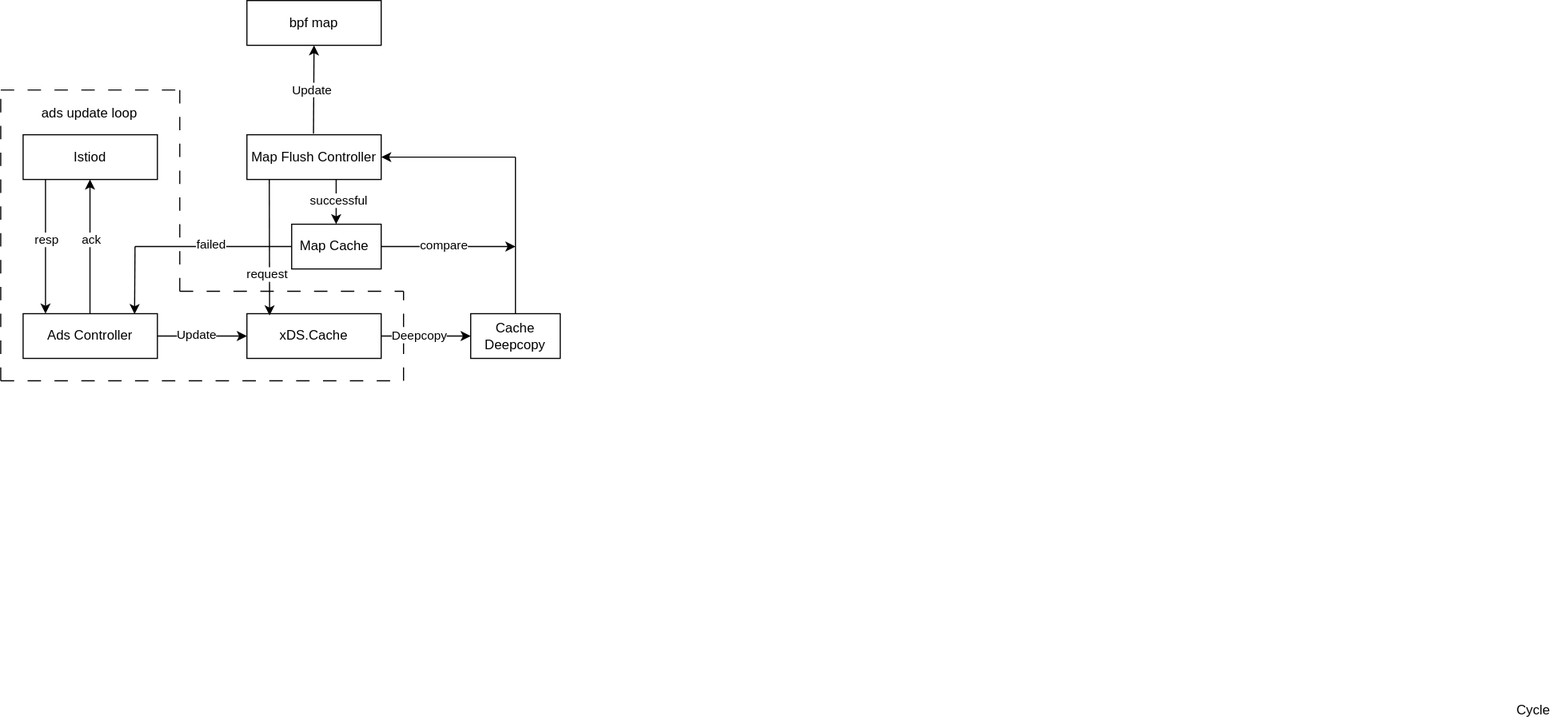
Above: docs/proposal/pics/map_flush.svg in kmesh-net/kmesh (draw.io), before the change. Source tidied: cells renumbered, new cells last; positions are measured from the earlier drawing's top-left corner, leaving out a move shared by most shapes.
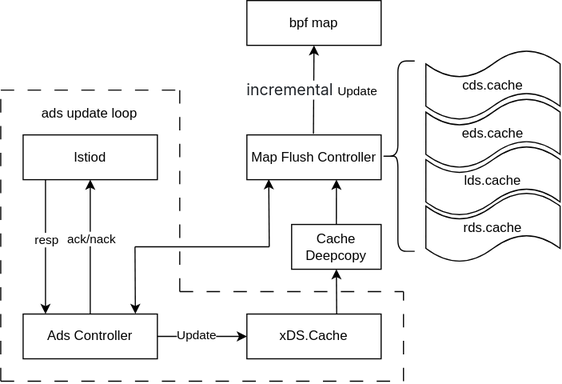
The same file after the commit.

What changed in the source:
```diff
@@ -20,18 +20,6 @@
     <mxCell id="6" value="resp" style="edgeLabel;html=1;align=center;verticalAlign=middle;" parent="5" vertex="1">
       <mxGeometry x="-0.1" y="1" relative="1" as="geometry" />
     </mxCell>
-    <mxCell id="7" style="endArrow=classic;html=1;rounded=0;exitX=0.75;exitY=0;exitDx=0;exitDy=0;entryX=0.75;entryY=1;entryDx=0;entryDy=0;" parent="1" edge="1">
-      <mxGeometry relative="1" as="geometry">
-        <mxPoint x="79.8" y="280" as="sourcePoint" />
-        <mxPoint x="79.8" y="160" as="targetPoint" />
-      </mxGeometry>
-    </mxCell>
-    <mxCell id="8" value="ack" style="edgeLabel;html=1;align=center;verticalAlign=middle;" parent="7" vertex="1">
-      <mxGeometry x="0.1" y="-1" relative="1" as="geometry" />
-    </mxCell>
-    <mxCell id="9" value="Cycle" style="text;html=1;align=center;verticalAlign=middle;whiteSpace=wrap;rounded=0;" parent="1" vertex="1">
-      <mxGeometry x="1340" y="620" width="60" height="30" as="geometry" />
-    </mxCell>
     <mxCell id="10" value="xDS.Cache" style="rounded=0;whiteSpace=wrap;html=1;" parent="1" vertex="1">
       <mxGeometry x="220" y="280" width="120" height="40" as="geometry" />
     </mxCell>
@@ -41,9 +29,6 @@
     <mxCell id="12" value="Update" style="edgeLabel;html=1;align=center;verticalAlign=middle;" parent="11" vertex="1">
       <mxGeometry x="-0.12" y="1" relative="1" as="geometry" />
     </mxCell>
-    <mxCell id="13" value="Map Cache&amp;nbsp;" style="rounded=0;whiteSpace=wrap;html=1;" parent="1" vertex="1">
-      <mxGeometry x="260" y="200" width="80" height="40" as="geometry" />
-    </mxCell>
     <mxCell id="14" value="bpf map" style="rounded=0;whiteSpace=wrap;html=1;" parent="1" vertex="1">
       <mxGeometry x="220" width="120" height="40" as="geometry" />
     </mxCell>
@@ -52,7 +37,7 @@
         <mxPoint x="279.5" y="119" as="sourcePoint" />
       </mxGeometry>
     </mxCell>
-    <mxCell id="16" value="Update" style="edgeLabel;html=1;align=center;verticalAlign=middle;" parent="15" vertex="1">
+    <mxCell id="16" value="&lt;span style=&quot;color: rgb(31, 35, 40); font-family: -apple-system, BlinkMacSystemFont, &amp;quot;Segoe UI&amp;quot;, &amp;quot;Noto Sans&amp;quot;, Helvetica, Arial, sans-serif, &amp;quot;Apple Color Emoji&amp;quot;, &amp;quot;Segoe UI Emoji&amp;quot;; font-size: 14px; text-align: start; text-wrap: wrap;&quot;&gt;incremental&amp;nbsp;&lt;/span&gt;Update" style="edgeLabel;html=1;align=center;verticalAlign=middle;" parent="15" vertex="1">
       <mxGeometry x="-0.25" y="3" relative="1" as="geometry">
         <mxPoint x="1" y="-10" as="offset" />
       </mxGeometry>
@@ -96,71 +81,55 @@
     <mxCell id="23" value="ads update loop" style="text;html=1;align=center;verticalAlign=middle;whiteSpace=wrap;rounded=0;" parent="1" vertex="1">
       <mxGeometry x="32" y="86" width="95" height="30" as="geometry" />
     </mxCell>
-    <mxCell id="24" style="endArrow=classic;html=1;rounded=0;exitX=1;exitY=0.5;exitDx=0;exitDy=0;entryX=0;entryY=0.5;entryDx=0;entryDy=0;" parent="1" edge="1" source="10" target="28">
-      <mxGeometry relative="1" as="geometry" />
-    </mxCell>
-    <mxCell id="25" value="Deepcopy" style="edgeLabel;html=1;align=center;verticalAlign=middle;" parent="24" vertex="1">
-      <mxGeometry x="0.09" relative="1" as="geometry">
-        <mxPoint x="-10" as="offset" />
-      </mxGeometry>
-    </mxCell>
-    <mxCell id="26" style="endArrow=classic;html=1;rounded=0;entryX=0.169;entryY=0.039;entryDx=0;entryDy=0;entryPerimeter=0;" parent="1" edge="1" target="10">
-      <mxGeometry relative="1" as="geometry">
-        <mxPoint x="240" y="160" as="sourcePoint" />
-      </mxGeometry>
-    </mxCell>
-    <mxCell id="27" value="request" style="edgeLabel;html=1;align=center;verticalAlign=middle;" parent="26" vertex="1">
-      <mxGeometry x="-0.03" relative="1" as="geometry">
-        <mxPoint x="-2" y="26" as="offset" />
-      </mxGeometry>
-    </mxCell>
     <mxCell id="28" value="Cache Deepcopy" style="rounded=0;whiteSpace=wrap;html=1;" parent="1" vertex="1">
-      <mxGeometry x="420" y="280" width="80" height="40" as="geometry" />
+      <mxGeometry x="260" y="200" width="80" height="40" as="geometry" />
     </mxCell>
-    <mxCell id="29" style="endArrow=none;html=1;rounded=0;exitX=0.5;exitY=0;exitDx=0;exitDy=0;" parent="1" edge="1" source="28">
-      <mxGeometry relative="1" as="geometry">
-        <mxPoint x="460" y="140" as="targetPoint" />
-      </mxGeometry>
-    </mxCell>
-    <mxCell id="30" style="endArrow=classic;html=1;rounded=0;exitX=1;exitY=0.5;exitDx=0;exitDy=0;" parent="1" edge="1" source="13">
-      <mxGeometry relative="1" as="geometry">
-        <mxPoint x="460" y="220" as="targetPoint" />
-      </mxGeometry>
-    </mxCell>
-    <mxCell id="31" value="compare" style="edgeLabel;html=1;align=center;verticalAlign=middle;" parent="30" vertex="1">
-      <mxGeometry x="-0.08" y="1" relative="1" as="geometry" />
-    </mxCell>
-    <mxCell id="32" style="endArrow=classic;html=1;rounded=0;entryX=1;entryY=0.5;entryDx=0;entryDy=0;" parent="1" edge="1" target="3">
-      <mxGeometry relative="1" as="geometry">
-        <mxPoint x="460" y="140" as="sourcePoint" />
-      </mxGeometry>
-    </mxCell>
-    <mxCell id="33" style="endArrow=classic;html=1;rounded=0;entryX=0.75;entryY=0;entryDx=0;entryDy=0;" parent="1" edge="1">
-      <mxGeometry relative="1" as="geometry">
-        <mxPoint x="299.8" y="160" as="sourcePoint" />
-        <mxPoint x="299.8" y="200" as="targetPoint" />
-      </mxGeometry>
-    </mxCell>
-    <mxCell id="34" value="successful" style="edgeLabel;html=1;align=center;verticalAlign=middle;" parent="33" vertex="1">
-      <mxGeometry x="-0.16" y="2" relative="1" as="geometry">
-        <mxPoint y="2" as="offset" />
-      </mxGeometry>
-    </mxCell>
-    <mxCell id="35" style="endArrow=none;html=1;rounded=0;exitX=0;exitY=0.5;exitDx=0;exitDy=0;" parent="1" edge="1" source="13">
-      <mxGeometry relative="1" as="geometry">
-        <mxPoint x="120" y="220" as="targetPoint" />
-      </mxGeometry>
-    </mxCell>
-    <mxCell id="36" value="failed" style="edgeLabel;html=1;align=center;verticalAlign=middle;" parent="35" vertex="1">
-      <mxGeometry x="0.03" y="1" relative="1" as="geometry">
-        <mxPoint y="-3" as="offset" />
-      </mxGeometry>
-    </mxCell>
-    <mxCell id="37" style="endArrow=classic;html=1;rounded=0;entryX=0.83;entryY=-0.065;entryDx=0;entryDy=0;entryPerimeter=0;" parent="1" edge="1">
-      <mxGeometry relative="1" as="geometry">
-        <mxPoint x="120" y="220" as="sourcePoint" />
-        <mxPoint x="119.6" y="280.4" as="targetPoint" />
-      </mxGeometry>
-    </mxCell>
+    <mxCell id="38" style="endArrow=classic;html=1;rounded=0;exitX=0.669;exitY=0.001;exitDx=0;exitDy=0;exitPerimeter=0;" parent="1" edge="1" source="10">
+      <mxGeometry relative="1" as="geometry">
+        <mxPoint x="300" y="240" as="targetPoint" />
+      </mxGeometry>
+    </mxCell>
+    <mxCell id="39" style="endArrow=classic;html=1;rounded=0;exitX=0.5;exitY=0;exitDx=0;exitDy=0;entryX=0.667;entryY=1;entryDx=0;entryDy=0;entryPerimeter=0;" parent="1" edge="1" source="28" target="3">
+      <mxGeometry relative="1" as="geometry" />
+    </mxCell>
+    <mxCell id="40" style="endArrow=classic;html=1;rounded=0;entryX=0.163;entryY=0.99;entryDx=0;entryDy=0;entryPerimeter=0;" parent="1" edge="1" target="3">
+      <mxGeometry relative="1" as="geometry">
+        <mxPoint x="240" y="220" as="sourcePoint" />
+      </mxGeometry>
+    </mxCell>
+    <mxCell id="41" style="endArrow=none;html=1;rounded=0;" parent="1" edge="1">
+      <mxGeometry relative="1" as="geometry">
+        <mxPoint x="120" y="220" as="sourcePoint" />
+        <mxPoint x="240" y="220" as="targetPoint" />
+      </mxGeometry>
+    </mxCell>
+    <mxCell id="42" style="endArrow=classic;html=1;rounded=0;entryX=0.836;entryY=-0.003;entryDx=0;entryDy=0;entryPerimeter=0;" parent="1" edge="1" target="2">
+      <mxGeometry relative="1" as="geometry">
+        <mxPoint x="120" y="220" as="sourcePoint" />
+      </mxGeometry>
+    </mxCell>
+    <mxCell id="43" style="endArrow=classic;html=1;rounded=0;exitX=0.5;exitY=0;exitDx=0;exitDy=0;entryX=0.5;entryY=1;entryDx=0;entryDy=0;" parent="1" edge="1" source="2" target="4">
+      <mxGeometry relative="1" as="geometry" />
+    </mxCell>
+    <mxCell id="44" value="ack/nack" style="edgeLabel;html=1;align=center;verticalAlign=middle;" parent="43" vertex="1">
+      <mxGeometry x="0.09" y="-1" relative="1" as="geometry">
+        <mxPoint y="-2" as="offset" />
+      </mxGeometry>
+    </mxCell>
+    <mxCell id="45" style="shape=curlyBracket;whiteSpace=wrap;html=1;rounded=1;labelPosition=left;verticalLabelPosition=middle;align=right;verticalAlign=middle;" parent="1" vertex="1">
+      <mxGeometry x="340" y="54" width="30" height="170" as="geometry" />
+    </mxCell>
+    <mxCell id="46" value="cds.cache" style="shape=tape;whiteSpace=wrap;html=1;" parent="1" vertex="1">
+      <mxGeometry x="380" y="44" width="120" height="63" as="geometry" />
+    </mxCell>
+    <mxCell id="47" value="eds.cache" style="shape=tape;whiteSpace=wrap;html=1;" parent="1" vertex="1">
+      <mxGeometry x="380" y="87" width="120" height="63" as="geometry" />
+    </mxCell>
+    <mxCell id="48" value="lds.cache" style="shape=tape;whiteSpace=wrap;html=1;" parent="1" vertex="1">
+      <mxGeometry x="380" y="129.5" width="120" height="63" as="geometry" />
+    </mxCell>
+    <mxCell id="49" value="rds.cache" style="shape=tape;whiteSpace=wrap;html=1;" parent="1" vertex="1">
+      <mxGeometry x="380" y="171" width="120" height="63" as="geometry" />
+    </mxCell>
   </root>
 </mxGraphModel>
```
